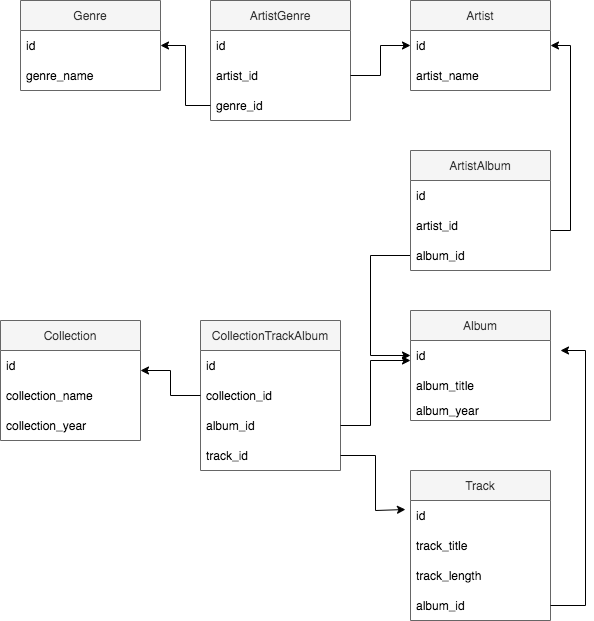
Before: scheme_musicbd.png, a diagram exported from draw.io (juliauzbemb/Db_Creation). Source tidied: cells renumbered, new cells last; positions are measured from the earlier drawing's top-left corner, leaving out a move shared by most shapes. Source of this version:
```xml
<mxGraphModel>
  <root>
    <mxCell id="0" />
    <mxCell id="1" parent="0" />
    <mxCell id="2" value="Artist" style="swimlane;fontStyle=0;horizontal=1;startSize=30;fillColor=#f5f5f5;fontColor=#333333;strokeColor=#666666;" parent="1" vertex="1">
      <mxGeometry x="410" width="140" height="90" as="geometry" />
    </mxCell>
    <mxCell id="3" value="id" style="text;strokeColor=none;fillColor=none;align=left;verticalAlign=middle;spacingLeft=4;spacingRight=4;overflow=hidden;points=[[0,0.5],[1,0.5]];portConstraint=eastwest;" parent="2" vertex="1">
      <mxGeometry y="30" width="140" height="30" as="geometry" />
    </mxCell>
    <mxCell id="4" value="artist_name" style="text;strokeColor=none;fillColor=none;align=left;verticalAlign=middle;spacingLeft=4;spacingRight=4;overflow=hidden;" parent="2" vertex="1">
      <mxGeometry y="60" width="140" height="30" as="geometry" />
    </mxCell>
    <mxCell id="5" value="Album" style="swimlane;fontStyle=0;horizontal=1;startSize=30;fillColor=#f5f5f5;fontColor=#333333;strokeColor=#666666;" parent="1" vertex="1">
      <mxGeometry x="410" y="310" width="140" height="110" as="geometry" />
    </mxCell>
    <mxCell id="6" value="id" style="text;strokeColor=none;fillColor=none;align=left;verticalAlign=middle;spacingLeft=4;spacingRight=4;overflow=hidden;points=[[0,0.5],[1,0.5]];portConstraint=eastwest;" parent="5" vertex="1">
      <mxGeometry y="30" width="140" height="30" as="geometry" />
    </mxCell>
    <mxCell id="7" value="album_title" style="text;strokeColor=none;fillColor=none;align=left;verticalAlign=middle;spacingLeft=4;spacingRight=4;overflow=hidden;" parent="5" vertex="1">
      <mxGeometry y="60" width="140" height="30" as="geometry" />
    </mxCell>
    <mxCell id="8" value="album_year" style="text;strokeColor=none;fillColor=none;align=left;verticalAlign=middle;spacingLeft=4;spacingRight=4;overflow=hidden;" parent="5" vertex="1">
      <mxGeometry y="90" width="140" height="20" as="geometry" />
    </mxCell>
    <mxCell id="9" value="Track" style="swimlane;fontStyle=0;horizontal=1;startSize=30;fillColor=#f5f5f5;fontColor=#333333;strokeColor=#666666;" parent="1" vertex="1">
      <mxGeometry x="410" y="470" width="140" height="150" as="geometry" />
    </mxCell>
    <mxCell id="10" value="id" style="text;strokeColor=none;fillColor=none;align=left;verticalAlign=middle;spacingLeft=4;spacingRight=4;overflow=hidden;points=[[0,0.5],[1,0.5]];portConstraint=eastwest;" parent="9" vertex="1">
      <mxGeometry y="30" width="140" height="30" as="geometry" />
    </mxCell>
    <mxCell id="11" value="track_title" style="text;strokeColor=none;fillColor=none;align=left;verticalAlign=middle;spacingLeft=4;spacingRight=4;overflow=hidden;" parent="9" vertex="1">
      <mxGeometry y="60" width="140" height="30" as="geometry" />
    </mxCell>
    <mxCell id="12" value="track_length" style="text;strokeColor=none;fillColor=none;align=left;verticalAlign=middle;spacingLeft=4;spacingRight=4;overflow=hidden;" parent="9" vertex="1">
      <mxGeometry y="90" width="140" height="30" as="geometry" />
    </mxCell>
    <mxCell id="13" value="album_id" style="text;strokeColor=none;fillColor=none;align=left;verticalAlign=middle;spacingLeft=4;spacingRight=4;overflow=hidden;" parent="9" vertex="1">
      <mxGeometry y="120" width="140" height="30" as="geometry" />
    </mxCell>
    <mxCell id="14" value="Genre" style="swimlane;fontStyle=0;horizontal=1;startSize=30;fillColor=#f5f5f5;fontColor=#333333;strokeColor=#666666;" parent="1" vertex="1">
      <mxGeometry x="20" width="140" height="90" as="geometry" />
    </mxCell>
    <mxCell id="15" value="id" style="text;strokeColor=none;fillColor=none;align=left;verticalAlign=middle;spacingLeft=4;spacingRight=4;overflow=hidden;points=[[0,0.5],[1,0.5]];portConstraint=eastwest;" parent="14" vertex="1">
      <mxGeometry y="30" width="140" height="30" as="geometry" />
    </mxCell>
    <mxCell id="16" value="genre_name" style="text;strokeColor=none;fillColor=none;align=left;verticalAlign=middle;spacingLeft=4;spacingRight=4;overflow=hidden;" parent="14" vertex="1">
      <mxGeometry y="60" width="140" height="30" as="geometry" />
    </mxCell>
    <mxCell id="17" value="ArtistGenre" style="swimlane;fontStyle=0;horizontal=1;startSize=30;fillColor=#f5f5f5;fontColor=#333333;strokeColor=#666666;" parent="1" vertex="1">
      <mxGeometry x="210" width="140" height="120" as="geometry" />
    </mxCell>
    <mxCell id="18" value="id" style="text;strokeColor=none;fillColor=none;align=left;verticalAlign=middle;spacingLeft=4;spacingRight=4;overflow=hidden;" parent="17" vertex="1">
      <mxGeometry y="30" width="140" height="30" as="geometry" />
    </mxCell>
    <mxCell id="19" value="artist_id" style="text;strokeColor=none;fillColor=none;align=left;verticalAlign=middle;spacingLeft=4;spacingRight=4;overflow=hidden;points=[[0,0.5],[1,0.5]];portConstraint=eastwest;" parent="17" vertex="1">
      <mxGeometry y="60" width="140" height="30" as="geometry" />
    </mxCell>
    <mxCell id="20" value="genre_id" style="text;strokeColor=none;fillColor=none;align=left;verticalAlign=middle;spacingLeft=4;spacingRight=4;overflow=hidden;points=[[0,0.5],[1,0.5]];portConstraint=eastwest;" parent="17" vertex="1">
      <mxGeometry y="90" width="140" height="30" as="geometry" />
    </mxCell>
    <mxCell id="21" style="edgeStyle=orthogonalEdgeStyle;rounded=0;jettySize=auto;html=1;entryX=0;entryY=0.5;entryDx=0;entryDy=0;" parent="1" edge="1" source="19" target="3">
      <mxGeometry relative="1" as="geometry" />
    </mxCell>
    <mxCell id="22" style="edgeStyle=orthogonalEdgeStyle;rounded=0;jettySize=auto;html=1;entryX=1;entryY=0.5;entryDx=0;entryDy=0;" parent="1" edge="1" source="20" target="15">
      <mxGeometry relative="1" as="geometry" />
    </mxCell>
    <mxCell id="23" style="edgeStyle=orthogonalEdgeStyle;rounded=0;jettySize=auto;html=1;exitX=1;exitY=0.5;exitDx=0;exitDy=0;entryX=1;entryY=0.5;entryDx=0;entryDy=0;" parent="1" edge="1" source="26" target="3">
      <mxGeometry relative="1" as="geometry">
        <Array as="points">
          <mxPoint x="550" y="230" />
          <mxPoint x="570" y="230" />
          <mxPoint x="570" y="45" />
        </Array>
      </mxGeometry>
    </mxCell>
    <mxCell id="24" style="edgeStyle=orthogonalEdgeStyle;rounded=0;jettySize=auto;html=1;exitX=0;exitY=0.5;exitDx=0;exitDy=0;entryX=0;entryY=0.5;entryDx=0;entryDy=0;" parent="1" edge="1" source="28" target="6">
      <mxGeometry relative="1" as="geometry">
        <Array as="points">
          <mxPoint x="370" y="255" />
          <mxPoint x="370" y="355" />
        </Array>
      </mxGeometry>
    </mxCell>
    <mxCell id="25" value="ArtistAlbum" style="swimlane;fontStyle=0;horizontal=1;startSize=30;fillColor=#f5f5f5;fontColor=#333333;strokeColor=#666666;" parent="1" vertex="1">
      <mxGeometry x="410" y="150" width="140" height="120" as="geometry" />
    </mxCell>
    <mxCell id="26" value="id" style="text;strokeColor=none;fillColor=none;align=left;verticalAlign=middle;spacingLeft=4;spacingRight=4;overflow=hidden;points=[[0,0.5],[1,0.5]];portConstraint=eastwest;" parent="25" vertex="1">
      <mxGeometry y="30" width="140" height="30" as="geometry" />
    </mxCell>
    <mxCell id="27" value="artist_id" style="text;strokeColor=none;fillColor=none;align=left;verticalAlign=middle;spacingLeft=4;spacingRight=4;overflow=hidden;" parent="25" vertex="1">
      <mxGeometry y="60" width="140" height="30" as="geometry" />
    </mxCell>
    <mxCell id="28" value="album_id" style="text;strokeColor=none;fillColor=none;align=left;verticalAlign=middle;spacingLeft=4;spacingRight=4;overflow=hidden;points=[[0,0.5],[1,0.5]];portConstraint=eastwest;" parent="25" vertex="1">
      <mxGeometry y="90" width="140" height="30" as="geometry" />
    </mxCell>
    <mxCell id="29" value="Collection" style="swimlane;fontStyle=0;horizontal=1;startSize=30;fillColor=#f5f5f5;fontColor=#333333;strokeColor=#666666;" parent="1" vertex="1">
      <mxGeometry y="320" width="140" height="120" as="geometry" />
    </mxCell>
    <mxCell id="30" value="id" style="text;strokeColor=none;fillColor=none;align=left;verticalAlign=middle;spacingLeft=4;spacingRight=4;overflow=hidden;points=[[0,0.5],[1,0.5]];portConstraint=eastwest;" parent="29" vertex="1">
      <mxGeometry y="30" width="140" height="30" as="geometry" />
    </mxCell>
    <mxCell id="31" value="collection_name" style="text;strokeColor=none;fillColor=none;align=left;verticalAlign=middle;spacingLeft=4;spacingRight=4;overflow=hidden;" parent="29" vertex="1">
      <mxGeometry y="60" width="140" height="30" as="geometry" />
    </mxCell>
    <mxCell id="32" value="collection_year" style="text;strokeColor=none;fillColor=none;align=left;verticalAlign=middle;spacingLeft=4;spacingRight=4;overflow=hidden;" parent="29" vertex="1">
      <mxGeometry y="90" width="140" height="30" as="geometry" />
    </mxCell>
    <mxCell id="33" value="CollectionTrackAlbum" style="swimlane;fontStyle=0;horizontal=1;startSize=30;fillColor=#f5f5f5;fontColor=#333333;strokeColor=#666666;" parent="1" vertex="1">
      <mxGeometry x="200" y="320" width="140" height="150" as="geometry" />
    </mxCell>
    <mxCell id="34" value="id" style="text;strokeColor=none;fillColor=none;align=left;verticalAlign=middle;spacingLeft=4;spacingRight=4;overflow=hidden;" parent="33" vertex="1">
      <mxGeometry y="30" width="140" height="30" as="geometry" />
    </mxCell>
    <mxCell id="35" value="collection_id" style="text;strokeColor=none;fillColor=none;align=left;verticalAlign=middle;spacingLeft=4;spacingRight=4;overflow=hidden;points=[[0,0.5],[1,0.5]];portConstraint=eastwest;" parent="33" vertex="1">
      <mxGeometry y="60" width="140" height="30" as="geometry" />
    </mxCell>
    <mxCell id="36" value="album_id" style="text;strokeColor=none;fillColor=none;align=left;verticalAlign=middle;spacingLeft=4;spacingRight=4;overflow=hidden;points=[[0,0.5],[1,0.5]];portConstraint=eastwest;" parent="33" vertex="1">
      <mxGeometry y="90" width="140" height="30" as="geometry" />
    </mxCell>
    <mxCell id="37" value="track_id" style="text;strokeColor=none;fillColor=none;align=left;verticalAlign=middle;spacingLeft=4;spacingRight=4;overflow=hidden;points=[[0,0.5],[1,0.5]];portConstraint=eastwest;" parent="33" vertex="1">
      <mxGeometry y="120" width="140" height="30" as="geometry" />
    </mxCell>
    <mxCell id="38" style="edgeStyle=orthogonalEdgeStyle;rounded=0;jettySize=auto;html=1;" parent="1" edge="1" source="35" target="30">
      <mxGeometry relative="1" as="geometry">
        <Array as="points">
          <mxPoint x="170" y="395" />
          <mxPoint x="170" y="370" />
        </Array>
      </mxGeometry>
    </mxCell>
    <mxCell id="39" style="edgeStyle=orthogonalEdgeStyle;rounded=0;jettySize=auto;html=1;" parent="1" edge="1" source="36" target="6">
      <mxGeometry relative="1" as="geometry">
        <Array as="points">
          <mxPoint x="370" y="425" />
          <mxPoint x="370" y="360" />
        </Array>
      </mxGeometry>
    </mxCell>
    <mxCell id="40" style="edgeStyle=orthogonalEdgeStyle;rounded=0;orthogonalLoop=1;jettySize=auto;html=1;" parent="1" edge="1">
      <mxGeometry relative="1" as="geometry">
        <mxPoint x="550" y="605" as="sourcePoint" />
        <mxPoint x="560" y="350" as="targetPoint" />
        <Array as="points">
          <mxPoint x="585" y="605" />
          <mxPoint x="585" y="350" />
        </Array>
      </mxGeometry>
    </mxCell>
    <mxCell id="41" style="edgeStyle=orthogonalEdgeStyle;rounded=0;jettySize=auto;html=1;entryX=-0.036;entryY=0.3;entryDx=0;entryDy=0;entryPerimeter=0;" parent="1" edge="1" source="37" target="10">
      <mxGeometry relative="1" as="geometry">
        <Array as="points">
          <mxPoint x="375" y="455" />
          <mxPoint x="375" y="510" />
        </Array>
      </mxGeometry>
    </mxCell>
  </root>
</mxGraphModel>
```
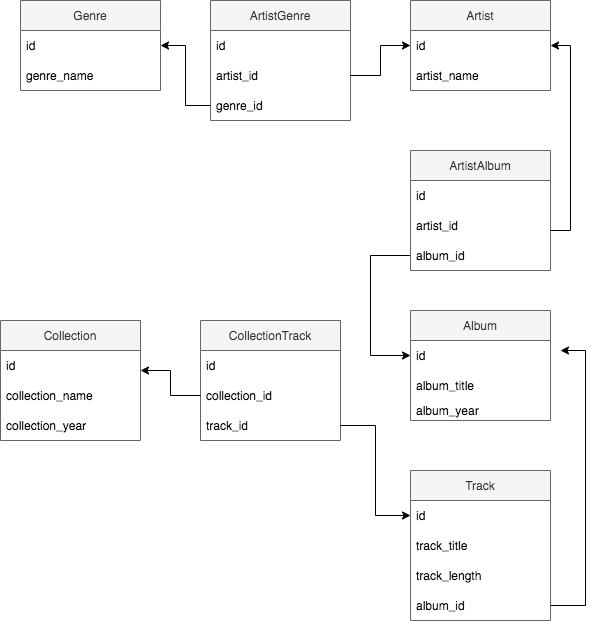
After the change.

What changed in the source:
```diff
@@ -106,8 +106,8 @@
     <mxCell id="32" value="collection_year" style="text;strokeColor=none;fillColor=none;align=left;verticalAlign=middle;spacingLeft=4;spacingRight=4;overflow=hidden;" parent="29" vertex="1">
       <mxGeometry y="90" width="140" height="30" as="geometry" />
     </mxCell>
-    <mxCell id="33" value="CollectionTrackAlbum" style="swimlane;fontStyle=0;horizontal=1;startSize=30;fillColor=#f5f5f5;fontColor=#333333;strokeColor=#666666;" parent="1" vertex="1">
-      <mxGeometry x="200" y="320" width="140" height="150" as="geometry" />
+    <mxCell id="33" value="CollectionTrack" style="swimlane;fontStyle=0;horizontal=1;startSize=30;fillColor=#f5f5f5;fontColor=#333333;strokeColor=#666666;" parent="1" vertex="1">
+      <mxGeometry x="200" y="320" width="140" height="120" as="geometry" />
     </mxCell>
     <mxCell id="34" value="id" style="text;strokeColor=none;fillColor=none;align=left;verticalAlign=middle;spacingLeft=4;spacingRight=4;overflow=hidden;" parent="33" vertex="1">
       <mxGeometry y="30" width="140" height="30" as="geometry" />
@@ -115,11 +115,8 @@
     <mxCell id="35" value="collection_id" style="text;strokeColor=none;fillColor=none;align=left;verticalAlign=middle;spacingLeft=4;spacingRight=4;overflow=hidden;points=[[0,0.5],[1,0.5]];portConstraint=eastwest;" parent="33" vertex="1">
       <mxGeometry y="60" width="140" height="30" as="geometry" />
     </mxCell>
-    <mxCell id="36" value="album_id" style="text;strokeColor=none;fillColor=none;align=left;verticalAlign=middle;spacingLeft=4;spacingRight=4;overflow=hidden;points=[[0,0.5],[1,0.5]];portConstraint=eastwest;" parent="33" vertex="1">
-      <mxGeometry y="90" width="140" height="30" as="geometry" />
-    </mxCell>
     <mxCell id="37" value="track_id" style="text;strokeColor=none;fillColor=none;align=left;verticalAlign=middle;spacingLeft=4;spacingRight=4;overflow=hidden;points=[[0,0.5],[1,0.5]];portConstraint=eastwest;" parent="33" vertex="1">
-      <mxGeometry y="120" width="140" height="30" as="geometry" />
+      <mxGeometry y="90" width="140" height="30" as="geometry" />
     </mxCell>
     <mxCell id="38" style="edgeStyle=orthogonalEdgeStyle;rounded=0;jettySize=auto;html=1;" parent="1" edge="1" source="35" target="30">
       <mxGeometry relative="1" as="geometry">
@@ -129,14 +126,6 @@
         </Array>
       </mxGeometry>
     </mxCell>
-    <mxCell id="39" style="edgeStyle=orthogonalEdgeStyle;rounded=0;jettySize=auto;html=1;" parent="1" edge="1" source="36" target="6">
-      <mxGeometry relative="1" as="geometry">
-        <Array as="points">
-          <mxPoint x="370" y="425" />
-          <mxPoint x="370" y="360" />
-        </Array>
-      </mxGeometry>
-    </mxCell>
     <mxCell id="40" style="edgeStyle=orthogonalEdgeStyle;rounded=0;orthogonalLoop=1;jettySize=auto;html=1;" parent="1" edge="1">
       <mxGeometry relative="1" as="geometry">
         <mxPoint x="550" y="605" as="sourcePoint" />
@@ -147,13 +136,8 @@
         </Array>
       </mxGeometry>
     </mxCell>
-    <mxCell id="41" style="edgeStyle=orthogonalEdgeStyle;rounded=0;jettySize=auto;html=1;entryX=-0.036;entryY=0.3;entryDx=0;entryDy=0;entryPerimeter=0;" parent="1" edge="1" source="37" target="10">
-      <mxGeometry relative="1" as="geometry">
-        <Array as="points">
-          <mxPoint x="375" y="455" />
-          <mxPoint x="375" y="510" />
-        </Array>
-      </mxGeometry>
+    <mxCell id="41" style="edgeStyle=orthogonalEdgeStyle;rounded=0;jettySize=auto;html=1;exitX=1;exitY=0.5;exitDx=0;exitDy=0;entryX=0;entryY=0.5;entryDx=0;entryDy=0;" parent="1" edge="1" source="37" target="10">
+      <mxGeometry relative="1" as="geometry" />
     </mxCell>
   </root>
 </mxGraphModel>
```
